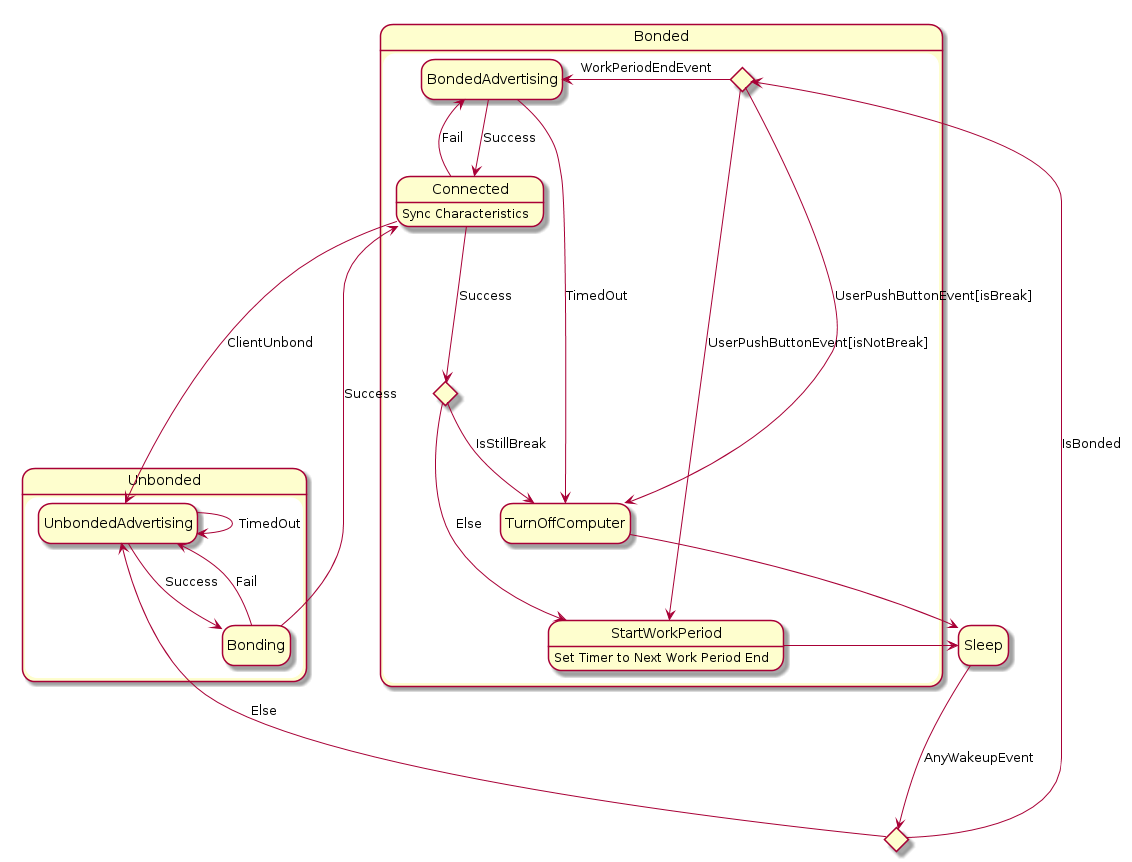
Earlier version of the PlantUML export firmware/docs/TopLevelDiagram.png (khoitd1997/hypnos). Source of this version:
```plantuml
@startuml TopLevelDiagram
hide empty description

state BondedCheck <<choice>>
Sleep ---> BondedCheck: AnyWakeupEvent

state Unbonded {
    UnbondedAdvertising --> UnbondedAdvertising: TimedOut
    UnbondedAdvertising --> Bonding: Success
    Bonding-->UnbondedAdvertising: Fail
}
BondedCheck ---> UnbondedAdvertising: Else

state Bonded {
    state WakeupReason <<choice>>
    WakeupReason -> TurnOffComputer: UserPushButtonEvent[isBreak]
        TurnOffComputer --> Sleep

    WakeupReason -> StartWorkPeriod: UserPushButtonEvent[isNotBreak]
        StartWorkPeriod: Set Timer to Next Work Period End
        StartWorkPeriod --> Sleep

    WakeupReason -> BondedAdvertising: WorkPeriodEndEvent
        BondedAdvertising --> TurnOffComputer: TimedOut

        BondedAdvertising --> Connected: Success
        Connected: Sync Characteristics
        Bonding---->Connected: Success
        state AfterConnectBreakCheck <<choice>>
        Connected ---> AfterConnectBreakCheck: Success
        Connected -> BondedAdvertising: Fail
        Connected ----> UnbondedAdvertising: ClientUnbond

        AfterConnectBreakCheck --> TurnOffComputer: IsStillBreak
        AfterConnectBreakCheck ---> StartWorkPeriod: Else
}
BondedCheck -> WakeupReason: IsBonded
@enduml
```
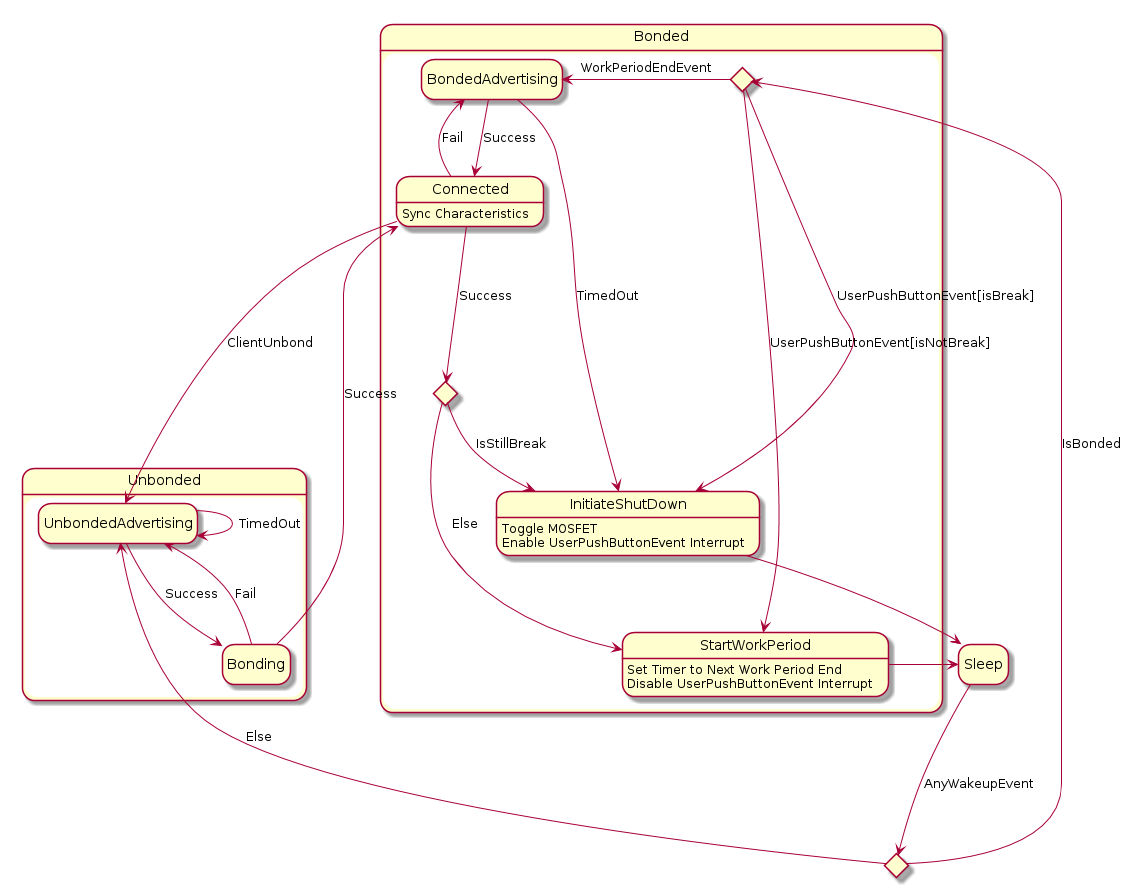
After the change.

Commit message:
updated state diagram pic

What changed in the source:
```diff
@@ -13,15 +13,18 @@
 
 state Bonded {
     state WakeupReason <<choice>>
-    WakeupReason -> TurnOffComputer: UserPushButtonEvent[isBreak]
-        TurnOffComputer --> Sleep
+    WakeupReason -> InitiateShutDown: UserPushButtonEvent[isBreak]
+        InitiateShutDown --> Sleep
+        InitiateShutDown: Toggle MOSFET
+        InitiateShutDown: Enable UserPushButtonEvent Interrupt
 
     WakeupReason -> StartWorkPeriod: UserPushButtonEvent[isNotBreak]
         StartWorkPeriod: Set Timer to Next Work Period End
+        StartWorkPeriod: Disable UserPushButtonEvent Interrupt
         StartWorkPeriod --> Sleep
 
     WakeupReason -> BondedAdvertising: WorkPeriodEndEvent
-        BondedAdvertising --> TurnOffComputer: TimedOut
+        BondedAdvertising --> InitiateShutDown: TimedOut
 
         BondedAdvertising --> Connected: Success
         Connected: Sync Characteristics
@@ -31,7 +34,7 @@
         Connected -> BondedAdvertising: Fail
         Connected ----> UnbondedAdvertising: ClientUnbond
 
-        AfterConnectBreakCheck --> TurnOffComputer: IsStillBreak
+        AfterConnectBreakCheck --> InitiateShutDown: IsStillBreak
         AfterConnectBreakCheck ---> StartWorkPeriod: Else
 }
 BondedCheck -> WakeupReason: IsBonded
```
